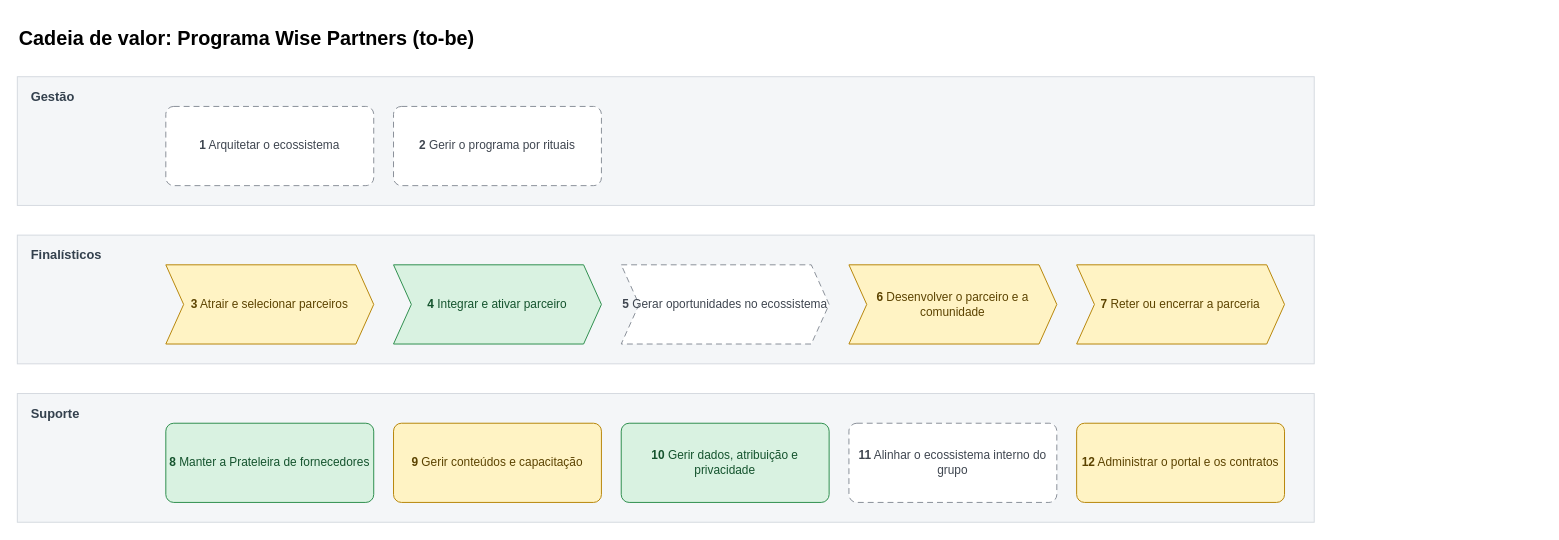
Before: page "Cadeia de valor" (1 of 15) of mapeamentos/wise-partners-to-be/saidas/mapa.drawio in Guilherme-MFaccin/Wise-Partners, a draw.io diagram. Source tidied: cells renumbered, new cells numbered last; positions are measured from the earlier drawing's top-left corner, leaving out a move shared by most shapes. Both pictures are drawn from the tidied source at 99%, with x=0, y=0 at pixel (17, 17).
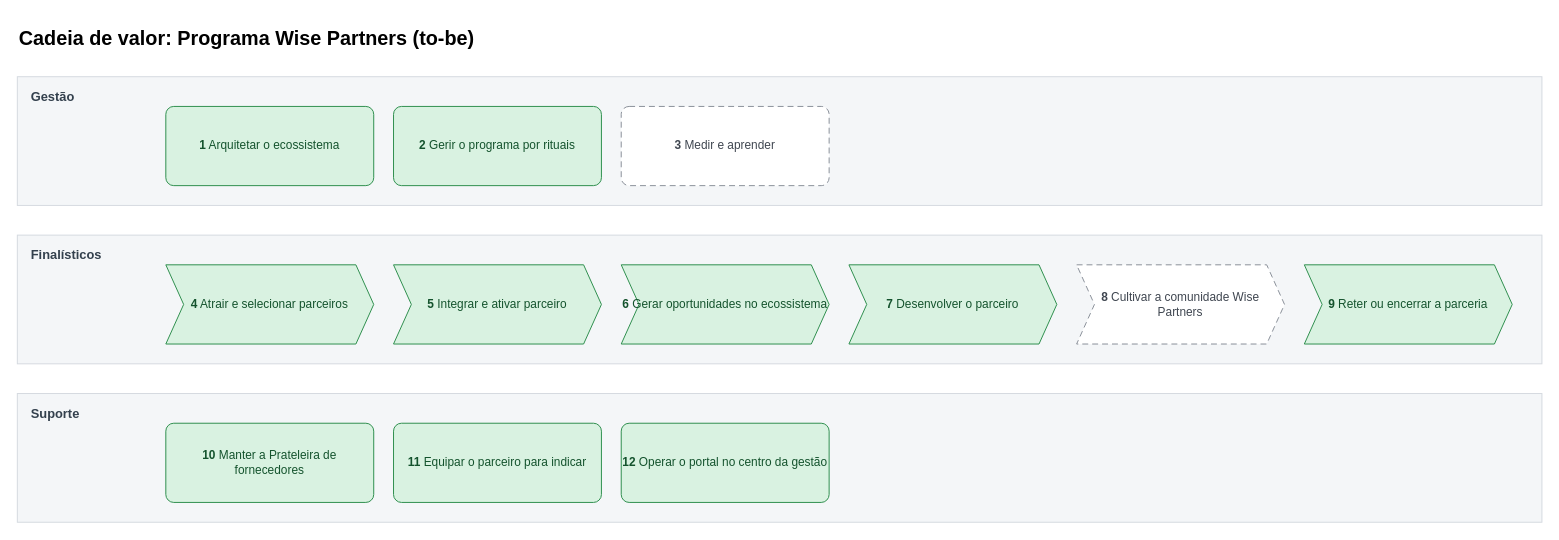
The same page after the edit.

What changed in the source:
```diff
@@
 <mxGraphModel>
   <root>
     <mxCell id="0" />
     <mxCell id="1" parent="0" />
     <mxCell id="2" value="&lt;b&gt;Cadeia de valor: Programa Wise Partners (to-be)&lt;/b&gt;" style="text;html=1;fontSize=20;align=left;verticalAlign=middle;strokeColor=none;fillColor=none;" parent="1" vertex="1">
       <mxGeometry width="600" height="40" as="geometry" />
     </mxCell>
     <mxCell id="3" value="Gestão" style="rounded=0;whiteSpace=wrap;html=1;fillColor=#F4F6F8;strokeColor=#D5DAE0;verticalAlign=top;align=left;spacingLeft=12;spacingTop=6;fontStyle=1;fontSize=13;fontColor=#33404D;" parent="1" vertex="1">
-      <mxGeometry y="60" width="1310" height="130" as="geometry" />
+      <mxGeometry y="60" width="1540" height="130" as="geometry" />
     </mxCell>
-    <mxCell id="4" value="&lt;b&gt;1&lt;/b&gt; Arquitetar o ecossistema" style="rounded=1;whiteSpace=wrap;html=1;arcSize=10;fillColor=#FFFFFF;strokeColor=#8A9099;fontColor=#3F4650;dashed=1;dashPattern=6 4;fontSize=12;" parent="1" vertex="1">
+    <mxCell id="4" value="&lt;b&gt;1&lt;/b&gt; Arquitetar o ecossistema" style="rounded=1;whiteSpace=wrap;html=1;arcSize=10;fillColor=#D9F2E1;strokeColor=#2F8F4E;fontColor=#14532D;fontSize=12;" parent="1" vertex="1">
       <mxGeometry x="150" y="90" width="210" height="80" as="geometry" />
     </mxCell>
-    <mxCell id="5" value="&lt;b&gt;2&lt;/b&gt; Gerir o programa por rituais" style="rounded=1;whiteSpace=wrap;html=1;arcSize=10;fillColor=#FFFFFF;strokeColor=#8A9099;fontColor=#3F4650;dashed=1;dashPattern=6 4;fontSize=12;" parent="1" vertex="1">
+    <mxCell id="5" value="&lt;b&gt;2&lt;/b&gt; Gerir o programa por rituais" style="rounded=1;whiteSpace=wrap;html=1;arcSize=10;fillColor=#D9F2E1;strokeColor=#2F8F4E;fontColor=#14532D;fontSize=12;" parent="1" vertex="1">
       <mxGeometry x="380" y="90" width="210" height="80" as="geometry" />
     </mxCell>
-    <mxCell id="6" value="Finalísticos" style="rounded=0;whiteSpace=wrap;html=1;fillColor=#F4F6F8;strokeColor=#D5DAE0;verticalAlign=top;align=left;spacingLeft=12;spacingTop=6;fontStyle=1;fontSize=13;fontColor=#33404D;" parent="1" vertex="1">
-      <mxGeometry y="220" width="1310" height="130" as="geometry" />
+    <mxCell id="6" value="&lt;b&gt;3&lt;/b&gt; Medir e aprender" style="rounded=1;whiteSpace=wrap;html=1;arcSize=10;fillColor=#FFFFFF;strokeColor=#8A9099;fontColor=#3F4650;dashed=1;dashPattern=6 4;fontSize=12;" parent="1" vertex="1">
+      <mxGeometry x="610" y="90" width="210" height="80" as="geometry" />
     </mxCell>
-    <mxCell id="7" value="&lt;b&gt;3&lt;/b&gt; Atrair e selecionar parceiros" style="rounded=1;whiteSpace=wrap;html=1;arcSize=10;fillColor=#FFF3C4;strokeColor=#B8860B;fontColor=#5C4300;fontSize=12;shape=step;perimeter=stepPerimeter;fixedSize=1;size=18;rounded=0;" parent="1" vertex="1">
-      <mxGeometry x="150" y="250" width="210" height="80" as="geometry" />
+    <mxCell id="7" value="Finalísticos" style="rounded=0;whiteSpace=wrap;html=1;fillColor=#F4F6F8;strokeColor=#D5DAE0;verticalAlign=top;align=left;spacingLeft=12;spacingTop=6;fontStyle=1;fontSize=13;fontColor=#33404D;" parent="1" vertex="1">
+      <mxGeometry y="220" width="1540" height="130" as="geometry" />
     </mxCell>
-    <mxCell id="8" value="&lt;b&gt;4&lt;/b&gt; Integrar e ativar parceiro" style="rounded=1;whiteSpace=wrap;html=1;arcSize=10;fillColor=#D9F2E1;strokeColor=#2F8F4E;fontColor=#14532D;fontSize=12;shape=step;perimeter=stepPerimeter;fixedSize=1;size=18;rounded=0;" parent="1" vertex="1">
-      <mxGeometry x="380" y="250" width="210" height="80" as="geometry" />
+    <mxCell id="8" value="&lt;b&gt;4&lt;/b&gt; Atrair e selecionar parceiros" style="rounded=1;whiteSpace=wrap;html=1;arcSize=10;fillColor=#D9F2E1;strokeColor=#2F8F4E;fontColor=#14532D;fontSize=12;shape=step;perimeter=stepPerimeter;fixedSize=1;size=18;rounded=0;" parent="1" vertex="1">
+      <mxGeometry x="150" y="250" width="210" height="80" as="geometry" />
     </mxCell>
-    <mxCell id="9" value="&lt;b&gt;5&lt;/b&gt; Gerar oportunidades no ecossistema" style="rounded=1;whiteSpace=wrap;html=1;arcSize=10;fillColor=#FFFFFF;strokeColor=#8A9099;fontColor=#3F4650;dashed=1;dashPattern=6 4;fontSize=12;shape=step;perimeter=stepPerimeter;fixedSize=1;size=18;rounded=0;" parent="1" vertex="1">
-      <mxGeometry x="610" y="250" width="210" height="80" as="geometry" />
+    <mxCell id="9" value="&lt;b&gt;5&lt;/b&gt; Integrar e ativar parceiro" style="rounded=1;whiteSpace=wrap;html=1;arcSize=10;fillColor=#D9F2E1;strokeColor=#2F8F4E;fontColor=#14532D;fontSize=12;shape=step;perimeter=stepPerimeter;fixedSize=1;size=18;rounded=0;" parent="1" vertex="1">
+      <mxGeometry x="380" y="250" width="210" height="80" as="geometry" />
     </mxCell>
-    <mxCell id="10" value="&lt;b&gt;6&lt;/b&gt; Desenvolver o parceiro e a comunidade" style="rounded=1;whiteSpace=wrap;html=1;arcSize=10;fillColor=#FFF3C4;strokeColor=#B8860B;fontColor=#5C4300;fontSize=12;shape=step;perimeter=stepPerimeter;fixedSize=1;size=18;rounded=0;" parent="1" vertex="1">
-      <mxGeometry x="840" y="250" width="210" height="80" as="geometry" />
+    <mxCell id="10" value="&lt;b&gt;6&lt;/b&gt; Gerar oportunidades no ecossistema" style="rounded=1;whiteSpace=wrap;html=1;arcSize=10;fillColor=#D9F2E1;strokeColor=#2F8F4E;fontColor=#14532D;fontSize=12;shape=step;perimeter=stepPerimeter;fixedSize=1;size=18;rounded=0;" parent="1" vertex="1">
+      <mxGeometry x="610" y="250" width="210" height="80" as="geometry" />
     </mxCell>
-    <mxCell id="11" value="&lt;b&gt;7&lt;/b&gt; Reter ou encerrar a parceria" style="rounded=1;whiteSpace=wrap;html=1;arcSize=10;fillColor=#FFF3C4;strokeColor=#B8860B;fontColor=#5C4300;fontSize=12;shape=step;perimeter=stepPerimeter;fixedSize=1;size=18;rounded=0;" parent="1" vertex="1">
-      <mxGeometry x="1070" y="250" width="210" height="80" as="geometry" />
+    <mxCell id="11" value="&lt;b&gt;7&lt;/b&gt; Desenvolver o parceiro" style="rounded=1;whiteSpace=wrap;html=1;arcSize=10;fillColor=#D9F2E1;strokeColor=#2F8F4E;fontColor=#14532D;fontSize=12;shape=step;perimeter=stepPerimeter;fixedSize=1;size=18;rounded=0;" parent="1" vertex="1">
+      <mxGeometry x="840" y="250" width="210" height="80" as="geometry" />
     </mxCell>
-    <mxCell id="12" value="Suporte" style="rounded=0;whiteSpace=wrap;html=1;fillColor=#F4F6F8;strokeColor=#D5DAE0;verticalAlign=top;align=left;spacingLeft=12;spacingTop=6;fontStyle=1;fontSize=13;fontColor=#33404D;" parent="1" vertex="1">
-      <mxGeometry y="380" width="1310" height="130" as="geometry" />
+    <mxCell id="12" value="&lt;b&gt;8&lt;/b&gt; Cultivar a comunidade Wise Partners" style="rounded=1;whiteSpace=wrap;html=1;arcSize=10;fillColor=#FFFFFF;strokeColor=#8A9099;fontColor=#3F4650;dashed=1;dashPattern=6 4;fontSize=12;shape=step;perimeter=stepPerimeter;fixedSize=1;size=18;rounded=0;" parent="1" vertex="1">
+      <mxGeometry x="1070" y="250" width="210" height="80" as="geometry" />
     </mxCell>
-    <mxCell id="13" value="&lt;b&gt;8&lt;/b&gt; Manter a Prateleira de fornecedores" style="rounded=1;whiteSpace=wrap;html=1;arcSize=10;fillColor=#D9F2E1;strokeColor=#2F8F4E;fontColor=#14532D;fontSize=12;" parent="1" vertex="1">
-      <mxGeometry x="150" y="410" width="210" height="80" as="geometry" />
+    <mxCell id="13" value="&lt;b&gt;9&lt;/b&gt; Reter ou encerrar a parceria" style="rounded=1;whiteSpace=wrap;html=1;arcSize=10;fillColor=#D9F2E1;strokeColor=#2F8F4E;fontColor=#14532D;fontSize=12;shape=step;perimeter=stepPerimeter;fixedSize=1;size=18;rounded=0;" parent="1" vertex="1">
+      <mxGeometry x="1300" y="250" width="210" height="80" as="geometry" />
     </mxCell>
-    <mxCell id="14" value="&lt;b&gt;9&lt;/b&gt; Gerir conteúdos e capacitação" style="rounded=1;whiteSpace=wrap;html=1;arcSize=10;fillColor=#FFF3C4;strokeColor=#B8860B;fontColor=#5C4300;fontSize=12;" parent="1" vertex="1">
-      <mxGeometry x="380" y="410" width="210" height="80" as="geometry" />
+    <mxCell id="14" value="Suporte" style="rounded=0;whiteSpace=wrap;html=1;fillColor=#F4F6F8;strokeColor=#D5DAE0;verticalAlign=top;align=left;spacingLeft=12;spacingTop=6;fontStyle=1;fontSize=13;fontColor=#33404D;" parent="1" vertex="1">
+      <mxGeometry y="380" width="1540" height="130" as="geometry" />
     </mxCell>
-    <mxCell id="15" value="&lt;b&gt;10&lt;/b&gt; Gerir dados, atribuição e privacidade" style="rounded=1;whiteSpace=wrap;html=1;arcSize=10;fillColor=#D9F2E1;strokeColor=#2F8F4E;fontColor=#14532D;fontSize=12;" parent="1" vertex="1">
-      <mxGeometry x="610" y="410" width="210" height="80" as="geometry" />
+    <mxCell id="15" value="&lt;b&gt;10&lt;/b&gt; Manter a Prateleira de fornecedores" style="rounded=1;whiteSpace=wrap;html=1;arcSize=10;fillColor=#D9F2E1;strokeColor=#2F8F4E;fontColor=#14532D;fontSize=12;" parent="1" vertex="1">
+      <mxGeometry x="150" y="410" width="210" height="80" as="geometry" />
     </mxCell>
-    <mxCell id="16" value="&lt;b&gt;11&lt;/b&gt; Alinhar o ecossistema interno do grupo" style="rounded=1;whiteSpace=wrap;html=1;arcSize=10;fillColor=#FFFFFF;strokeColor=#8A9099;fontColor=#3F4650;dashed=1;dashPattern=6 4;fontSize=12;" parent="1" vertex="1">
-      <mxGeometry x="840" y="410" width="210" height="80" as="geometry" />
+    <mxCell id="16" value="&lt;b&gt;11&lt;/b&gt; Equipar o parceiro para indicar" style="rounded=1;whiteSpace=wrap;html=1;arcSize=10;fillColor=#D9F2E1;strokeColor=#2F8F4E;fontColor=#14532D;fontSize=12;" parent="1" vertex="1">
+      <mxGeometry x="380" y="410" width="210" height="80" as="geometry" />
     </mxCell>
-    <mxCell id="17" value="&lt;b&gt;12&lt;/b&gt; Administrar o portal e os contratos" style="rounded=1;whiteSpace=wrap;html=1;arcSize=10;fillColor=#FFF3C4;strokeColor=#B8860B;fontColor=#5C4300;fontSize=12;" parent="1" vertex="1">
-      <mxGeometry x="1070" y="410" width="210" height="80" as="geometry" />
+    <mxCell id="17" value="&lt;b&gt;12&lt;/b&gt; Operar o portal no centro da gestão" style="rounded=1;whiteSpace=wrap;html=1;arcSize=10;fillColor=#D9F2E1;strokeColor=#2F8F4E;fontColor=#14532D;fontSize=12;" parent="1" vertex="1">
+      <mxGeometry x="610" y="410" width="210" height="80" as="geometry" />
     </mxCell>
   </root>
 </mxGraphModel>
```
